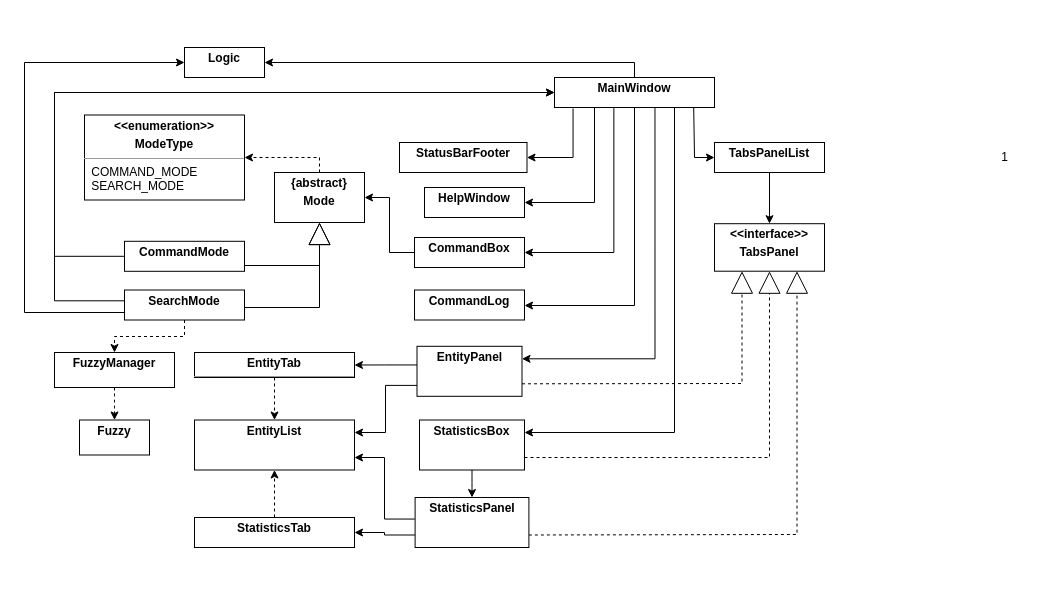
Earlier version of the draw.io diagram docs/diagrams/ui/UiClassDiagram.drawio (nus-cs2103-AY2223S2/tp). Source tidied: cells renumbered, new cells numbered last; positions are measured from the earlier drawing's top-left corner, leaving out a move shared by most shapes. Both pictures are drawn from the tidied source at 100%, with x=0, y=0 at pixel (24, 47).
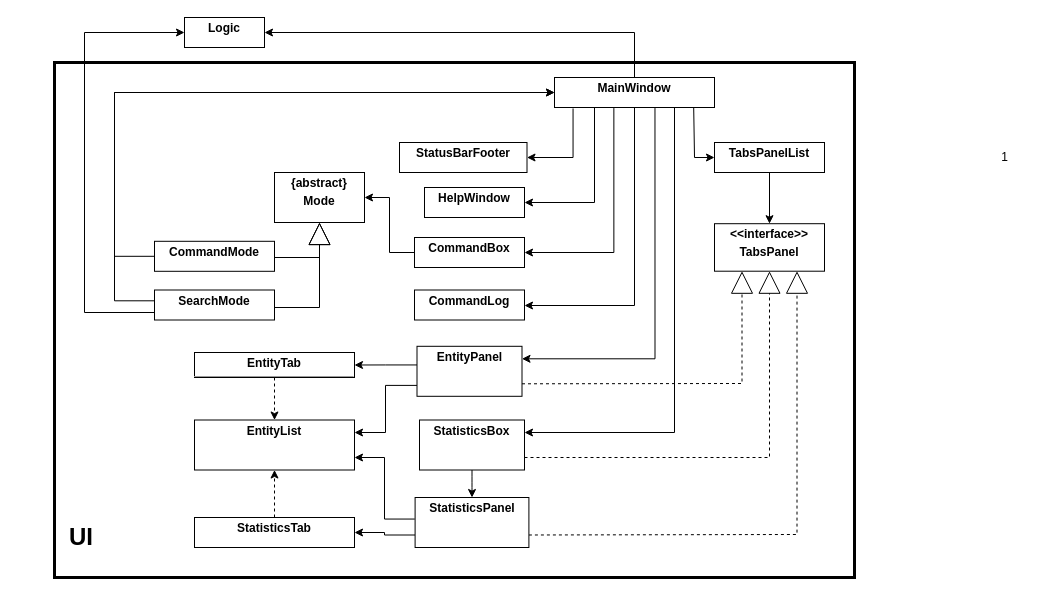
After the change.

Commit message (it also covers changes not shown here):
Abstract UiClassDiagram

Unchanged cells that the change refers to:
```xml
<mxCell id="12" value="&lt;p style=&quot;margin:0px;margin-top:4px;text-align:center;&quot;&gt;&lt;b&gt;MainWindow&lt;/b&gt;&lt;/p&gt;" style="verticalAlign=top;align=left;overflow=fill;fontSize=12;fontFamily=Helvetica;html=1;whiteSpace=wrap;" parent="1" vertex="1">
  <mxGeometry x="530" y="30" width="160" height="30" as="geometry" />
</mxCell>
<mxCell id="27" value="&lt;p style=&quot;margin:0px;margin-top:4px;text-align:center;&quot;&gt;&lt;b&gt;{abstract}&lt;/b&gt;&lt;/p&gt;&lt;p style=&quot;margin:0px;margin-top:4px;text-align:center;&quot;&gt;&lt;b&gt;Mode&lt;/b&gt;&lt;/p&gt;" style="verticalAlign=top;align=left;overflow=fill;fontSize=12;fontFamily=Helvetica;html=1;whiteSpace=wrap;" parent="1" vertex="1">
  <mxGeometry x="250" y="125" width="90" height="50" as="geometry" />
</mxCell>
```

Diff of the diagram source:
```diff
@@
+    <mxCell id="52" style="rounded=0;whiteSpace=wrap;html=1;fillColor=none;strokeWidth=3;" parent="1" vertex="1">
+      <mxGeometry x="30" y="15" width="800" height="515" as="geometry" />
+    </mxCell>
     <mxCell id="2" value="&lt;p style=&quot;margin:0px;margin-top:4px;text-align:center;&quot;&gt;&lt;b&gt;Logic&lt;/b&gt;&lt;/p&gt;&lt;p style=&quot;margin:0px;margin-left:4px;&quot;&gt;&lt;br&gt;&lt;/p&gt;" style="verticalAlign=top;align=left;overflow=fill;fontSize=12;fontFamily=Helvetica;html=1;whiteSpace=wrap;" parent="1" vertex="1">
-      <mxGeometry x="160" width="80" height="30" as="geometry" />
+      <mxGeometry x="160" y="-30" width="80" height="30" as="geometry" />
     </mxCell>
@@
-    <mxCell id="26" style="edgeStyle=elbowEdgeStyle;rounded=0;jettySize=auto;html=1;exitX=0.5;exitY=0;exitDx=0;exitDy=0;entryX=1;entryY=0.5;entryDx=0;entryDy=0;dashed=1;elbow=vertical;" parent="1" edge="1" source="27" target="28">
-      <mxGeometry relative="1" as="geometry">
-        <Array as="points">
-          <mxPoint x="250" y="110" />
-        </Array>
-      </mxGeometry>
-    </mxCell>
@@
-    <mxCell id="28" value="&lt;p style=&quot;margin:0px;margin-top:4px;text-align:center;&quot;&gt;&lt;b&gt;&amp;lt;&amp;lt;enumeration&amp;gt;&amp;gt;&lt;/b&gt;&lt;/p&gt;&lt;p style=&quot;margin:0px;margin-top:4px;text-align:center;&quot;&gt;&lt;b&gt;ModeType&lt;/b&gt;&lt;/p&gt;&lt;hr size=&quot;1&quot;&gt;&lt;p style=&quot;margin:0px;margin-left:4px;&quot;&gt;&amp;nbsp;COMMAND_MODE&lt;/p&gt;&lt;p style=&quot;margin:0px;margin-left:4px;&quot;&gt;&amp;nbsp;SEARCH_MODE&lt;/p&gt;" style="verticalAlign=top;align=left;overflow=fill;fontSize=12;fontFamily=Helvetica;html=1;whiteSpace=wrap;" parent="1" vertex="1">
-      <mxGeometry x="60" y="67.5" width="160" height="85" as="geometry" />
-    </mxCell>
@@
     <mxCell id="30" style="edgeStyle=elbowEdgeStyle;rounded=0;jettySize=auto;html=1;exitX=-0.003;exitY=0.36;exitDx=0;exitDy=0;exitPerimeter=0;entryX=0;entryY=0.5;entryDx=0;entryDy=0;" parent="1" edge="1" source="33" target="12">
       <mxGeometry relative="1" as="geometry">
         <Array as="points">
-          <mxPoint x="30" y="150" />
+          <mxPoint x="90" y="150" />
         </Array>
       </mxGeometry>
     </mxCell>
     <mxCell id="31" style="edgeStyle=elbowEdgeStyle;rounded=0;jettySize=auto;html=1;exitX=0;exitY=0.75;exitDx=0;exitDy=0;entryX=0;entryY=0.5;entryDx=0;entryDy=0;" parent="1" edge="1" source="33" target="2">
       <mxGeometry relative="1" as="geometry">
         <Array as="points">
-          <mxPoint y="140" />
+          <mxPoint x="60" y="130" />
         </Array>
       </mxGeometry>
     </mxCell>
-    <mxCell id="32" style="edgeStyle=elbowEdgeStyle;rounded=0;jettySize=auto;html=1;exitX=0.5;exitY=1;exitDx=0;exitDy=0;entryX=0.5;entryY=0;entryDx=0;entryDy=0;dashed=1;elbow=vertical;" parent="1" edge="1" source="33" target="39">
-      <mxGeometry relative="1" as="geometry" />
-    </mxCell>
     <mxCell id="33" value="&lt;p style=&quot;margin:0px;margin-top:4px;text-align:center;&quot;&gt;&lt;b&gt;SearchMode&lt;/b&gt;&lt;/p&gt;" style="verticalAlign=top;align=left;overflow=fill;fontSize=12;fontFamily=Helvetica;html=1;whiteSpace=wrap;" parent="1" vertex="1">
-      <mxGeometry x="100" y="242.5" width="120" height="30" as="geometry" />
+      <mxGeometry x="130" y="242.5" width="120" height="30" as="geometry" />
     </mxCell>
     <mxCell id="34" style="edgeStyle=elbowEdgeStyle;rounded=0;jettySize=auto;html=1;endArrow=block;endFill=0;endSize=20;exitX=1;exitY=0.5;exitDx=0;exitDy=0;entryX=0.5;entryY=1;entryDx=0;entryDy=0;elbow=vertical;" parent="1" edge="1" source="36" target="27">
       <mxGeometry relative="1" as="geometry">
         <Array as="points">
-          <mxPoint x="220" y="218" />
+          <mxPoint x="280" y="210" />
         </Array>
       </mxGeometry>
     </mxCell>
     <mxCell id="35" style="edgeStyle=elbowEdgeStyle;rounded=0;jettySize=auto;html=1;exitX=0;exitY=0.5;exitDx=0;exitDy=0;endArrow=classic;endFill=1;entryX=0;entryY=0.5;entryDx=0;entryDy=0;" parent="1" edge="1" source="36" target="12">
       <mxGeometry relative="1" as="geometry">
         <Array as="points">
-          <mxPoint x="30" y="130" />
+          <mxPoint x="90" y="130" />
         </Array>
       </mxGeometry>
     </mxCell>
     <mxCell id="36" value="&lt;p style=&quot;margin:0px;margin-top:4px;text-align:center;&quot;&gt;&lt;b&gt;CommandMode&lt;/b&gt;&lt;/p&gt;" style="verticalAlign=top;align=left;overflow=fill;fontSize=12;fontFamily=Helvetica;html=1;whiteSpace=wrap;" parent="1" vertex="1">
-      <mxGeometry x="100" y="193.8" width="120" height="30" as="geometry" />
+      <mxGeometry x="130" y="193.8" width="120" height="30" as="geometry" />
     </mxCell>
@@
-    <mxCell id="38" style="edgeStyle=elbowEdgeStyle;html=1;exitX=0.5;exitY=1;exitDx=0;exitDy=0;startArrow=none;startFill=0;endArrow=classic;endFill=1;dashed=1;entryX=0.5;entryY=0;entryDx=0;entryDy=0;elbow=vertical;" parent="1" edge="1" source="39" target="51">
-      <mxGeometry relative="1" as="geometry" />
-    </mxCell>
-    <mxCell id="39" value="&lt;p style=&quot;margin:0px;margin-top:4px;text-align:center;&quot;&gt;&lt;b&gt;FuzzyManager&lt;/b&gt;&lt;/p&gt;" style="verticalAlign=top;align=left;overflow=fill;fontSize=12;fontFamily=Helvetica;html=1;whiteSpace=wrap;" parent="1" vertex="1">
-      <mxGeometry x="30" y="305" width="120" height="35" as="geometry" />
-    </mxCell>
@@
-    <mxCell id="51" value="&lt;p style=&quot;margin:0px;margin-top:4px;text-align:center;&quot;&gt;&lt;b&gt;Fuzzy&lt;/b&gt;&lt;/p&gt;&lt;p style=&quot;margin:0px;margin-top:4px;text-align:center;&quot;&gt;&lt;b&gt;&lt;br&gt;&lt;/b&gt;&lt;/p&gt;" style="verticalAlign=top;align=left;overflow=fill;fontSize=12;fontFamily=Helvetica;html=1;whiteSpace=wrap;" parent="1" vertex="1">
-      <mxGeometry x="55" y="372.5" width="70" height="35" as="geometry" />
-    </mxCell>
+    <mxCell id="53" value="&lt;h1&gt;UI&lt;/h1&gt;" style="text;html=1;strokeColor=none;fillColor=none;spacing=5;spacingTop=-20;whiteSpace=wrap;overflow=hidden;rounded=0;strokeWidth=3;" parent="1" vertex="1">
+      <mxGeometry x="40" y="470" width="40" height="40" as="geometry" />
+    </mxCell>
```
